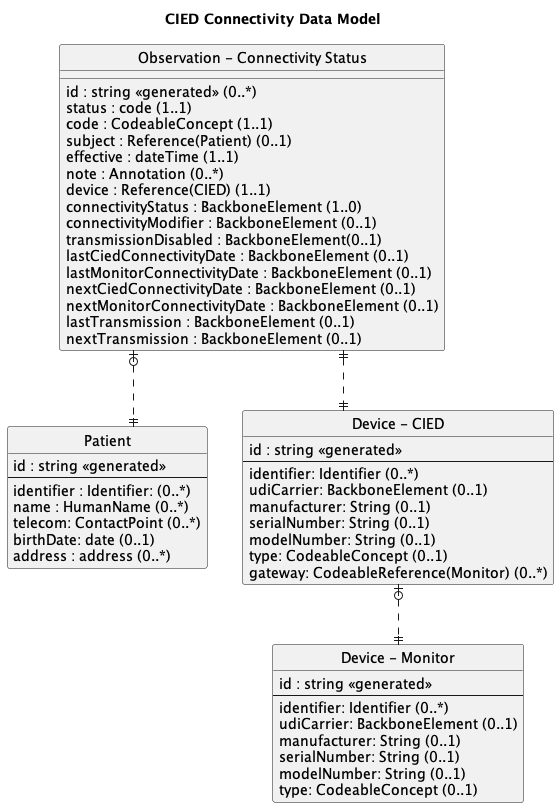
Earlier version of the PlantUML export input/images/data-model1.png (HL7/CardX-CIED).
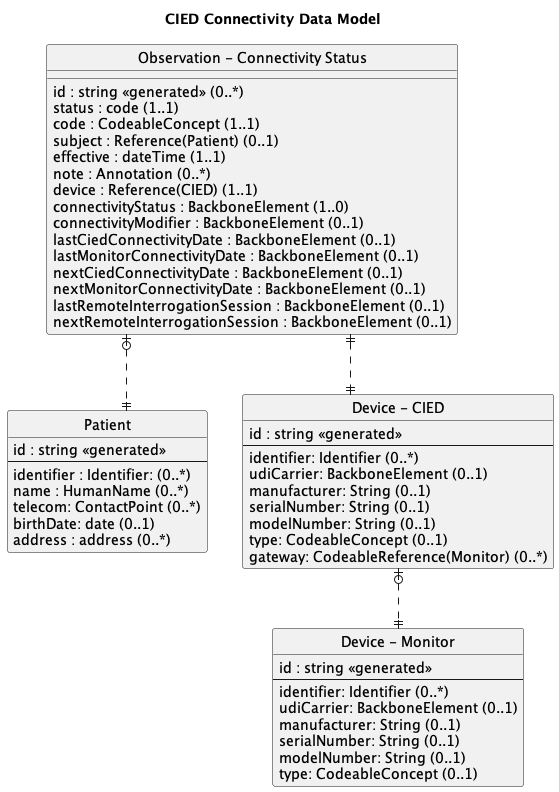
Above is the later version.

The edit, as a diff of the source:
```diff
@@ -48,13 +48,12 @@
     device : Reference(CIED) (1..1)
     connectivityStatus : BackboneElement (1..0)
     connectivityModifier : BackboneElement (0..1)
-    transmissionDisabled : BackboneElement(0..1)
     lastCiedConnectivityDate : BackboneElement (0..1)
     lastMonitorConnectivityDate : BackboneElement (0..1)
     nextCiedConnectivityDate : BackboneElement (0..1)
     nextMonitorConnectivityDate : BackboneElement (0..1)
-    lastTransmission : BackboneElement (0..1)
-    nextTransmission : BackboneElement (0..1)
+    lastRemoteInterrogationSession : BackboneElement (0..1)
+    nextRemoteInterrogationSession : BackboneElement (0..1)
 }
 
 Connectivity |o..|| Patient
```
